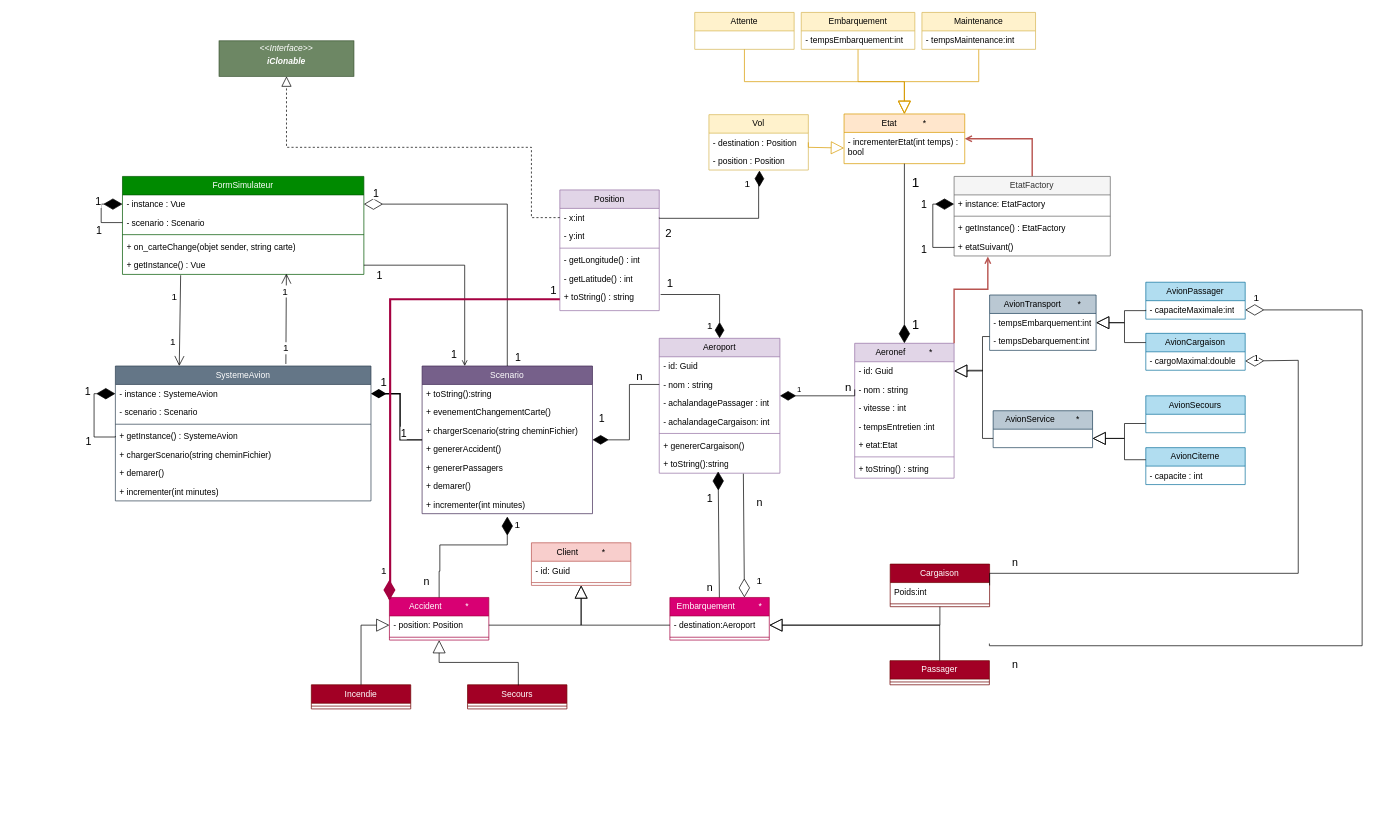
felixcharbonneau/Echec keeps this draw.io diagram as AviyonsSimulateur.drawio. Above is the earlier version. Source tidied: cells renumbered, new cells numbered last; positions are measured from the earlier drawing's top-left corner, leaving out a move shared by most shapes. Both pictures are drawn from the tidied source at 71%, with x=0, y=0 at pixel (94, 12).
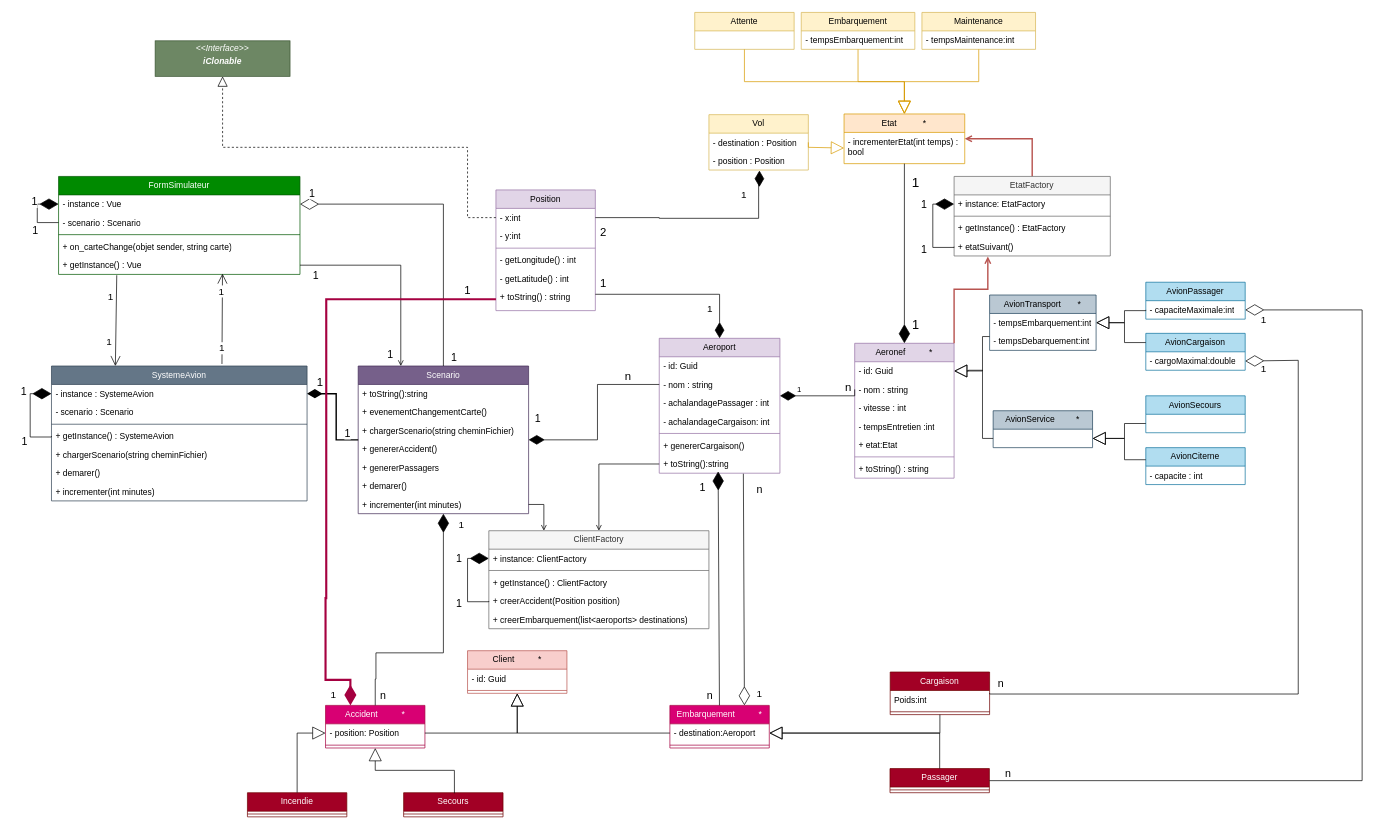
The same page after the edit.

The change refers to these unchanged cells:
```xml
<mxCell id="20" value="+ incrementer(int minutes)" style="text;strokeColor=none;fillColor=none;align=left;verticalAlign=top;spacingLeft=4;spacingRight=4;overflow=hidden;points=[[0,0.5],[1,0.5]];portConstraint=eastwest;whiteSpace=wrap;html=1;" parent="13" vertex="1">
  <mxGeometry y="182" width="240" height="26" as="geometry" />
</mxCell>
<mxCell id="21" style="edgeStyle=orthogonalEdgeStyle;rounded=0;jettySize=auto;html=1;exitX=0;exitY=0.5;exitDx=0;exitDy=0;endArrow=diamondThin;endFill=1;strokeWidth=2;endSize=16;" parent="1" edge="1" source="13" target="3">
  <mxGeometry relative="1" as="geometry" />
</mxCell>
<mxCell id="25" value="- instance : Vue" style="text;strokeColor=none;fillColor=none;align=left;verticalAlign=top;spacingLeft=4;spacingRight=4;overflow=hidden;points=[[0,0.5],[1,0.5]];portConstraint=eastwest;whiteSpace=wrap;html=1;" parent="24" vertex="1">
  <mxGeometry y="26" width="340" height="26" as="geometry" />
</mxCell>
<mxCell id="29" value="+ getInstance() : Vue" style="text;strokeColor=none;fillColor=none;align=left;verticalAlign=top;spacingLeft=4;spacingRight=4;overflow=hidden;points=[[0,0.5],[1,0.5]];portConstraint=eastwest;whiteSpace=wrap;html=1;" parent="24" vertex="1">
  <mxGeometry y="112" width="340" height="26" as="geometry" />
</mxCell>
<mxCell id="45" value="Aeroport" style="swimlane;fontStyle=0;horizontal=1;startSize=26;fillColor=#e1d5e7;whiteSpace=wrap;html=1;strokeColor=#9673a6;" parent="1" vertex="1">
  <mxGeometry x="796" y="459" width="170" height="190" as="geometry" />
</mxCell>
<mxCell id="52" value="+ toString():string" style="text;strokeColor=none;fillColor=none;align=left;verticalAlign=top;spacingLeft=4;spacingRight=4;overflow=hidden;points=[[0,0.5],[1,0.5]];portConstraint=eastwest;whiteSpace=wrap;html=1;" parent="45" vertex="1">
  <mxGeometry y="164" width="170" height="26" as="geometry" />
</mxCell>
<mxCell id="65" value="- capaciteMaximale:int" style="text;strokeColor=none;fillColor=none;align=left;verticalAlign=top;spacingLeft=4;spacingRight=4;overflow=hidden;points=[[0,0.5],[1,0.5]];portConstraint=eastwest;whiteSpace=wrap;html=1;" parent="64" vertex="1">
  <mxGeometry y="26" width="140" height="26" as="geometry" />
</mxCell>
<mxCell id="67" value="- cargoMaximal:double" style="text;strokeColor=none;fillColor=none;align=left;verticalAlign=top;spacingLeft=4;spacingRight=4;overflow=hidden;points=[[0,0.5],[1,0.5]];portConstraint=eastwest;whiteSpace=wrap;html=1;" parent="66" vertex="1">
  <mxGeometry y="26" width="140" height="26" as="geometry" />
</mxCell>
<mxCell id="96" value="- position : Position" style="text;strokeColor=none;fillColor=none;align=left;verticalAlign=top;spacingLeft=4;spacingRight=4;overflow=hidden;points=[[0,0.5],[1,0.5]];portConstraint=eastwest;whiteSpace=wrap;html=1;" parent="94" vertex="1">
  <mxGeometry y="52" width="140" height="26" as="geometry" />
</mxCell>
<mxCell id="98" value="- x:int" style="text;strokeColor=none;fillColor=none;align=left;verticalAlign=top;spacingLeft=4;spacingRight=4;overflow=hidden;points=[[0,0.5],[1,0.5]];portConstraint=eastwest;whiteSpace=wrap;html=1;" parent="97" vertex="1">
  <mxGeometry y="26" width="140" height="26" as="geometry" />
</mxCell>
<mxCell id="103" value="+ toString() : string" style="text;strokeColor=none;fillColor=none;align=left;verticalAlign=top;spacingLeft=4;spacingRight=4;overflow=hidden;points=[[0,0.5],[1,0.5]];portConstraint=eastwest;whiteSpace=wrap;html=1;" parent="97" vertex="1">
  <mxGeometry y="138" width="140" height="32" as="geometry" />
</mxCell>
<mxCell id="147" style="endArrow=diamondThin;endFill=1;endSize=24;html=1;rounded=0;entryX=0.488;entryY=0.904;entryDx=0;entryDy=0;entryPerimeter=0;" parent="1" edge="1" source="133" target="52">
  <mxGeometry relative="1" as="geometry" />
</mxCell>
<mxCell id="150" style="endArrow=diamondThin;endFill=0;endSize=24;html=1;rounded=0;entryX=0.75;entryY=0;entryDx=0;entryDy=0;exitX=0.697;exitY=1.029;exitDx=0;exitDy=0;exitPerimeter=0;" parent="1" edge="1" source="52" target="133">
  <mxGeometry relative="1" as="geometry" />
</mxCell>
```

Diff of the diagram source:
```diff
@@
     <mxCell id="2" value="SystemeAvion" style="swimlane;fontStyle=0;horizontal=1;startSize=26;fillColor=#647687;whiteSpace=wrap;html=1;strokeColor=#314354;fontColor=#ffffff;" parent="1" vertex="1">
-      <mxGeometry x="30" y="498" width="360" height="190" as="geometry" />
+      <mxGeometry x="-60" y="498" width="360" height="190" as="geometry" />
     </mxCell>
@@
     <mxCell id="13" value="Scenario" style="swimlane;fontStyle=0;horizontal=1;startSize=26;fillColor=#76608a;whiteSpace=wrap;html=1;strokeColor=#432D57;fontColor=#ffffff;" parent="1" vertex="1">
-      <mxGeometry x="462" y="498" width="240" height="208" as="geometry" />
+      <mxGeometry x="372" y="498" width="240" height="208" as="geometry" />
     </mxCell>
@@
     <mxCell id="23" value="1" style="edgeLabel;html=1;align=center;verticalAlign=middle;fontSize=15;" parent="21" vertex="1">
       <mxGeometry x="-0.67" y="-1" relative="1" as="geometry">
-        <mxPoint x="-4" y="-10" as="offset" />
+        <mxPoint x="7" y="-10" as="offset" />
       </mxGeometry>
     </mxCell>
     <mxCell id="24" value="FormSimulateur" style="swimlane;fontStyle=0;horizontal=1;startSize=26;fillColor=#008a00;whiteSpace=wrap;html=1;strokeColor=#005700;fontColor=#ffffff;" parent="1" vertex="1">
-      <mxGeometry x="40" y="231" width="340" height="138" as="geometry" />
+      <mxGeometry x="-50" y="231" width="340" height="138" as="geometry" />
     </mxCell>
@@
     <mxCell id="33" style="endArrow=open;endFill=1;endSize=12;html=1;rounded=0;entryX=0.25;entryY=0;entryDx=0;entryDy=0;exitX=0.241;exitY=1.045;exitDx=0;exitDy=0;exitPerimeter=0;" parent="1" edge="1" source="29">
       <mxGeometry relative="1" as="geometry">
-        <mxPoint x="120" y="498" as="targetPoint" />
+        <mxPoint x="30" y="498" as="targetPoint" />
       </mxGeometry>
     </mxCell>
@@
     <mxCell id="39" style="endArrow=diamondThin;endFill=0;endSize=24;html=1;rounded=0;exitX=0.5;exitY=0;exitDx=0;exitDy=0;edgeStyle=orthogonalEdgeStyle;entryX=1;entryY=0.5;entryDx=0;entryDy=0;" parent="1" edge="1" source="13" target="25">
       <mxGeometry relative="1" as="geometry">
         <Array as="points">
-          <mxPoint x="582" y="270" />
+          <mxPoint x="492" y="270" />
         </Array>
       </mxGeometry>
     </mxCell>
@@
     <mxCell id="55" value="1" style="edgeLabel;html=1;align=center;verticalAlign=middle;fontSize=15;" parent="1" vertex="1">
-      <mxGeometry x="606" y="550" as="geometry">
+      <mxGeometry x="516" y="550" as="geometry">
         <mxPoint x="108" y="20" as="offset" />
       </mxGeometry>
     </mxCell>
@@
     <mxCell id="97" value="Position" style="swimlane;fontStyle=0;horizontal=1;startSize=26;fillColor=#e1d5e7;whiteSpace=wrap;html=1;strokeColor=#9673a6;" parent="1" vertex="1">
-      <mxGeometry x="656" y="250" width="140" height="170" as="geometry" />
+      <mxGeometry x="566" y="250" width="140" height="170" as="geometry" />
     </mxCell>
@@
     <mxCell id="104" value="&lt;p style=&quot;margin:0px;margin-top:4px;text-align:center;&quot;&gt;&lt;i&gt;&amp;lt;&amp;lt;Interface&amp;gt;&amp;gt;&lt;/i&gt;&lt;br&gt;&lt;/p&gt;&lt;p style=&quot;margin:0px;margin-top:4px;text-align:center;&quot;&gt;&lt;i&gt;&lt;b&gt;iClonable&lt;/b&gt;&lt;/i&gt;&lt;/p&gt;&lt;p style=&quot;margin:0px;margin-left:4px;&quot;&gt;&lt;br&gt;&lt;/p&gt;" style="verticalAlign=top;align=left;overflow=fill;html=1;whiteSpace=wrap;fillColor=#6d8764;fontColor=#ffffff;strokeColor=#3A5431;" parent="1" vertex="1">
-      <mxGeometry x="176" y="40" width="190" height="50" as="geometry" />
+      <mxGeometry x="86" y="40" width="190" height="50" as="geometry" />
     </mxCell>
     <mxCell id="105" style="endArrow=block;dashed=1;endFill=0;endSize=12;html=1;rounded=0;entryX=0.5;entryY=1;entryDx=0;entryDy=0;exitX=0;exitY=0.5;exitDx=0;exitDy=0;edgeStyle=orthogonalEdgeStyle;" parent="1" edge="1" source="98" target="104">
       <mxGeometry relative="1" as="geometry">
         <Array as="points">
-          <mxPoint x="616" y="289" />
-          <mxPoint x="616" y="190" />
-          <mxPoint x="271" y="190" />
+          <mxPoint x="526" y="289" />
+          <mxPoint x="526" y="190" />
+          <mxPoint x="181" y="190" />
         </Array>
       </mxGeometry>
     </mxCell>
-    <mxCell id="106" style="edgeStyle=orthogonalEdgeStyle;rounded=0;jettySize=auto;html=1;endArrow=diamondThin;endFill=1;endSize=20;exitX=1.014;exitY=0.291;exitDx=0;exitDy=0;exitPerimeter=0;" parent="1" edge="1" source="103" target="45">
+    <mxCell id="106" style="edgeStyle=orthogonalEdgeStyle;rounded=0;jettySize=auto;html=1;endArrow=diamondThin;endFill=1;endSize=20;" parent="1" edge="1" source="103" target="45">
       <mxGeometry relative="1" as="geometry">
         <Array as="points">
           <mxPoint x="881" y="397" />
         </Array>
       </mxGeometry>
     </mxCell>
     <mxCell id="107" value="1" style="edgeLabel;html=1;align=center;verticalAlign=middle;fontSize=16;" parent="106" vertex="1">
       <mxGeometry x="-0.66" y="-3" relative="1" as="geometry">
-        <mxPoint x="-12" y="-20" as="offset" />
+        <mxPoint x="-30" y="-20" as="offset" />
       </mxGeometry>
     </mxCell>
@@
     <mxCell id="109" style="edgeStyle=orthogonalEdgeStyle;rounded=0;jettySize=auto;html=1;endArrow=diamondThin;endFill=1;endSize=20;exitX=1;exitY=0.5;exitDx=0;exitDy=0;entryX=0.508;entryY=1.028;entryDx=0;entryDy=0;entryPerimeter=0;" parent="1" edge="1" source="98" target="96">
       <mxGeometry relative="1" as="geometry">
         <Array as="points">
+          <mxPoint x="796" y="289" />
           <mxPoint x="796" y="290" />
           <mxPoint x="936" y="290" />
           <mxPoint x="936" y="230" />
           <mxPoint x="937" y="230" />
         </Array>
       </mxGeometry>
     </mxCell>
     <mxCell id="110" value="2" style="edgeLabel;html=1;align=center;verticalAlign=middle;fontSize=16;" parent="109" vertex="1">
       <mxGeometry x="-0.66" y="-3" relative="1" as="geometry">
-        <mxPoint x="-23" y="17" as="offset" />
+        <mxPoint x="-41" y="17" as="offset" />
       </mxGeometry>
     </mxCell>
@@
     <mxCell id="123" value="Client&amp;nbsp; &amp;nbsp; &amp;nbsp; &amp;nbsp; &amp;nbsp; *" style="swimlane;fontStyle=0;horizontal=1;startSize=26;fillColor=#f8cecc;whiteSpace=wrap;html=1;strokeColor=#b85450;" parent="1" vertex="1">
-      <mxGeometry x="616" y="747" width="140" height="60" as="geometry" />
+      <mxGeometry x="526" y="899" width="140" height="60" as="geometry" />
     </mxCell>
@@
     <mxCell id="126" value="Incendie" style="swimlane;fontStyle=0;horizontal=1;startSize=26;fillColor=#a20025;whiteSpace=wrap;html=1;strokeColor=#6F0000;fontColor=#ffffff;" parent="1" vertex="1">
-      <mxGeometry x="306" y="947" width="140" height="34" as="geometry" />
+      <mxGeometry x="216" y="1099" width="140" height="34" as="geometry" />
     </mxCell>
@@
     <mxCell id="128" value="Secours" style="swimlane;fontStyle=0;horizontal=1;startSize=26;fillColor=#a20025;whiteSpace=wrap;html=1;strokeColor=#6F0000;fontColor=#ffffff;" parent="1" vertex="1">
-      <mxGeometry x="526" y="947" width="140" height="34" as="geometry" />
+      <mxGeometry x="436" y="1099" width="140" height="34" as="geometry" />
     </mxCell>
@@
     <mxCell id="130" value="Accident&amp;nbsp; &amp;nbsp; &amp;nbsp; &amp;nbsp; &amp;nbsp; *" style="swimlane;fontStyle=0;horizontal=1;startSize=26;fillColor=#d80073;whiteSpace=wrap;html=1;strokeColor=#A50040;fontColor=#ffffff;" parent="1" vertex="1">
-      <mxGeometry x="416" y="824" width="140" height="60" as="geometry" />
+      <mxGeometry x="326" y="976" width="140" height="60" as="geometry" />
     </mxCell>
@@
     <mxCell id="133" value="Embarquement&amp;nbsp; &amp;nbsp; &amp;nbsp; &amp;nbsp; &amp;nbsp; *" style="swimlane;fontStyle=0;horizontal=1;startSize=26;fillColor=#d80073;whiteSpace=wrap;html=1;strokeColor=#A50040;fontColor=#ffffff;" parent="1" vertex="1">
-      <mxGeometry x="811" y="824" width="140" height="60" as="geometry" />
+      <mxGeometry x="811" y="976" width="140" height="60" as="geometry" />
     </mxCell>
@@
     <mxCell id="136" value="Cargaison" style="swimlane;fontStyle=0;horizontal=1;startSize=26;fillColor=#a20025;whiteSpace=wrap;html=1;strokeColor=#6F0000;fontColor=#ffffff;" parent="1" vertex="1">
-      <mxGeometry x="1121.3" y="777" width="140" height="60" as="geometry" />
+      <mxGeometry x="1121.3" y="929" width="140" height="60" as="geometry" />
     </mxCell>
@@
     <mxCell id="139" value="Passager" style="swimlane;fontStyle=0;horizontal=1;startSize=26;fillColor=#a20025;whiteSpace=wrap;html=1;strokeColor=#6F0000;fontColor=#ffffff;" parent="1" vertex="1">
-      <mxGeometry x="1121" y="913" width="140" height="34" as="geometry" />
+      <mxGeometry x="1121" y="1065" width="140" height="34" as="geometry" />
     </mxCell>
@@
-    <mxCell id="144" style="endArrow=diamondThin;endFill=1;endSize=24;html=1;rounded=0;exitX=0.5;exitY=0;exitDx=0;exitDy=0;edgeStyle=orthogonalEdgeStyle;" parent="1" edge="1" source="130">
+    <mxCell id="144" style="endArrow=diamondThin;endFill=1;endSize=24;html=1;rounded=0;exitX=0.5;exitY=0;exitDx=0;exitDy=0;edgeStyle=orthogonalEdgeStyle;" parent="1" edge="1" source="130" target="20">
       <mxGeometry relative="1" as="geometry">
-        <mxPoint x="582" y="710" as="targetPoint" />
         <Array as="points">
-          <mxPoint x="486" y="787" />
-          <mxPoint x="487" y="787" />
-          <mxPoint x="487" y="750" />
-          <mxPoint x="582" y="750" />
+          <mxPoint x="396" y="939" />
+          <mxPoint x="397" y="902" />
+          <mxPoint x="492" y="902" />
         </Array>
       </mxGeometry>
     </mxCell>
     <mxCell id="145" value="1" style="edgeLabel;html=1;align=center;verticalAlign=middle;fontSize=14;" parent="144" vertex="1">
       <mxGeometry x="0.38" relative="1" as="geometry">
-        <mxPoint x="38" y="-30" as="offset" />
+        <mxPoint x="24" y="-99" as="offset" />
       </mxGeometry>
     </mxCell>
     <mxCell id="146" value="n" style="edgeLabel;html=1;align=center;verticalAlign=middle;fontSize=15;" parent="144" vertex="1">
       <mxGeometry x="-0.5" y="-1" relative="1" as="geometry">
-        <mxPoint x="-21" y="28" as="offset" />
+        <mxPoint x="-8" y="57" as="offset" />
       </mxGeometry>
     </mxCell>
@@
     <mxCell id="148" value="1" style="edgeLabel;html=1;align=center;verticalAlign=middle;fontSize=15;" parent="147" vertex="1">
       <mxGeometry x="0.54" y="-1" relative="1" as="geometry">
-        <mxPoint x="-14" y="-3" as="offset" />
+        <mxPoint x="-24" y="-53" as="offset" />
       </mxGeometry>
     </mxCell>
     <mxCell id="149" value="n" style="edgeLabel;html=1;align=center;verticalAlign=middle;fontSize=15;" parent="147" vertex="1">
       <mxGeometry x="-0.51" y="2" relative="1" as="geometry">
-        <mxPoint x="-12" y="27" as="offset" />
+        <mxPoint x="-12" y="65" as="offset" />
       </mxGeometry>
     </mxCell>
@@
     <mxCell id="151" value="1" style="edgeLabel;html=1;align=center;verticalAlign=middle;fontSize=14;" parent="150" vertex="1">
       <mxGeometry x="0.31" y="-1" relative="1" as="geometry">
-        <mxPoint x="22" y="37" as="offset" />
+        <mxPoint x="22" y="96" as="offset" />
       </mxGeometry>
     </mxCell>
     <mxCell id="152" value="n" style="edgeLabel;html=1;align=center;verticalAlign=middle;fontSize=15;" parent="150" vertex="1">
       <mxGeometry x="-0.04" y="-1" relative="1" as="geometry">
-        <mxPoint x="22" y="-44" as="offset" />
+        <mxPoint x="22" y="-136" as="offset" />
       </mxGeometry>
     </mxCell>
@@
     <mxCell id="159" style="endArrow=diamondThin;endFill=0;endSize=24;html=1;rounded=0;entryX=1;entryY=0.5;entryDx=0;entryDy=0;exitX=1;exitY=0.5;exitDx=0;exitDy=0;edgeStyle=orthogonalEdgeStyle;" parent="1" edge="1" source="136" target="67">
       <mxGeometry relative="1" as="geometry">
         <Array as="points">
-          <mxPoint x="1261" y="790" />
-          <mxPoint x="1696" y="790" />
+          <mxPoint x="1696" y="960" />
           <mxPoint x="1696" y="490" />
           <mxPoint x="1621" y="490" />
         </Array>
       </mxGeometry>
     </mxCell>
     <mxCell id="160" value="1" style="edgeLabel;html=1;align=center;verticalAlign=middle;fontSize=14;" parent="159" vertex="1">
       <mxGeometry x="0.31" y="-1" relative="1" as="geometry">
-        <mxPoint x="-61" y="-215" as="offset" />
+        <mxPoint x="-51" y="-252" as="offset" />
       </mxGeometry>
     </mxCell>
     <mxCell id="161" value="n" style="edgeLabel;html=1;align=center;verticalAlign=middle;fontSize=15;" parent="159" vertex="1">
       <mxGeometry x="-0.04" y="-1" relative="1" as="geometry">
-        <mxPoint x="-345" y="-18" as="offset" />
+        <mxPoint x="-421" y="19" as="offset" />
       </mxGeometry>
     </mxCell>
-    <mxCell id="162" style="endArrow=diamondThin;endFill=0;endSize=24;html=1;rounded=0;entryX=1;entryY=0.5;entryDx=0;entryDy=0;exitX=1;exitY=0.5;exitDx=0;exitDy=0;edgeStyle=orthogonalEdgeStyle;" parent="1" edge="1" target="65">
+    <mxCell id="162" style="endArrow=diamondThin;endFill=0;endSize=24;html=1;rounded=0;entryX=1;entryY=0.5;entryDx=0;entryDy=0;exitX=1;exitY=0.5;exitDx=0;exitDy=0;edgeStyle=orthogonalEdgeStyle;" parent="1" edge="1" source="139" target="65">
       <mxGeometry relative="1" as="geometry">
-        <mxPoint x="1261" y="888.9" as="sourcePoint" />
         <Array as="points">
-          <mxPoint x="1261" y="892" />
-          <mxPoint x="1786" y="892" />
+          <mxPoint x="1786" y="1082" />
           <mxPoint x="1786" y="419" />
         </Array>
       </mxGeometry>
     </mxCell>
     <mxCell id="163" value="1" style="edgeLabel;html=1;align=center;verticalAlign=middle;fontSize=14;" parent="162" vertex="1">
       <mxGeometry x="0.31" y="-1" relative="1" as="geometry">
-        <mxPoint x="-151" y="-255" as="offset" />
+        <mxPoint x="-141" y="-289" as="offset" />
       </mxGeometry>
     </mxCell>
     <mxCell id="164" value="n" style="edgeLabel;html=1;align=center;verticalAlign=middle;fontSize=15;" parent="162" vertex="1">
       <mxGeometry x="-0.04" y="-1" relative="1" as="geometry">
-        <mxPoint x="-491" y="57" as="offset" />
+        <mxPoint x="-501" y="112" as="offset" />
       </mxGeometry>
     </mxCell>
-    <mxCell id="165" style="edgeStyle=orthogonalEdgeStyle;rounded=0;jettySize=auto;html=1;endArrow=diamondThin;endFill=1;endSize=20;exitX=0;exitY=0.5;exitDx=0;exitDy=0;entryX=0.063;entryY=0.046;entryDx=0;entryDy=0;fillColor=#d80073;strokeColor=#A50040;strokeWidth=3;entryPerimeter=0;" parent="1" edge="1" source="103">
+    <mxCell id="165" style="edgeStyle=orthogonalEdgeStyle;rounded=0;jettySize=auto;html=1;endArrow=diamondThin;endFill=1;endSize=20;exitX=0;exitY=0.5;exitDx=0;exitDy=0;fillColor=#d80073;strokeColor=#A50040;strokeWidth=3;entryX=0.25;entryY=0;entryDx=0;entryDy=0;" parent="1" edge="1" source="103" target="130">
       <mxGeometry relative="1" as="geometry">
-        <mxPoint x="416" y="827.9" as="targetPoint" />
         <Array as="points">
-          <mxPoint x="417" y="404" />
-          <mxPoint x="417" y="825" />
-          <mxPoint x="416" y="825" />
+          <mxPoint x="327" y="404" />
+          <mxPoint x="327" y="825" />
+          <mxPoint x="326" y="825" />
+          <mxPoint x="326" y="940" />
+          <mxPoint x="361" y="940" />
         </Array>
       </mxGeometry>
     </mxCell>
@@
     <mxCell id="167" value="&lt;font style=&quot;font-size: 14px;&quot;&gt;1&lt;/font&gt;" style="edgeLabel;html=1;align=center;verticalAlign=middle;" parent="165" vertex="1">
       <mxGeometry x="0.5" y="1" relative="1" as="geometry">
-        <mxPoint x="-11" y="122" as="offset" />
+        <mxPoint x="8" y="160" as="offset" />
       </mxGeometry>
     </mxCell>
+    <mxCell id="168" value="ClientFactory" style="swimlane;fontStyle=0;horizontal=1;startSize=26;fillColor=#f5f5f5;whiteSpace=wrap;html=1;fontColor=#333333;strokeColor=#666666;" parent="1" vertex="1">
+      <mxGeometry x="556" y="730" width="310" height="138" as="geometry" />
+    </mxCell>
+    <mxCell id="169" value="+ instance: ClientFactory" style="text;strokeColor=none;fillColor=none;align=left;verticalAlign=top;spacingLeft=4;spacingRight=4;overflow=hidden;points=[[0,0.5],[1,0.5]];portConstraint=eastwest;whiteSpace=wrap;html=1;" parent="168" vertex="1">
+      <mxGeometry y="26" width="310" height="26" as="geometry" />
+    </mxCell>
+    <mxCell id="170" style="line;strokeWidth=1;fillColor=none;align=left;verticalAlign=middle;spacingTop=-1;spacingLeft=3;spacingRight=3;labelPosition=right;strokeColor=inherit;" parent="168" vertex="1">
+      <mxGeometry y="52" width="310" height="8" as="geometry" />
+    </mxCell>
+    <mxCell id="171" value="+ getInstance() : ClientFactory" style="text;strokeColor=none;fillColor=none;align=left;verticalAlign=top;spacingLeft=4;spacingRight=4;overflow=hidden;whiteSpace=wrap;html=1;" parent="168" vertex="1">
+      <mxGeometry y="60" width="310" height="26" as="geometry" />
+    </mxCell>
+    <mxCell id="172" style="endArrow=diamondThin;endFill=1;endSize=24;html=1;rounded=0;exitX=0;exitY=0.5;exitDx=0;exitDy=0;edgeStyle=orthogonalEdgeStyle;entryX=0;entryY=0.5;entryDx=0;entryDy=0;" parent="168" edge="1" source="175" target="169">
+      <mxGeometry relative="1" as="geometry">
+        <Array as="points">
+          <mxPoint y="100" />
+          <mxPoint x="-30" y="100" />
+          <mxPoint x="-30" y="39" />
+        </Array>
+      </mxGeometry>
+    </mxCell>
+    <mxCell id="173" value="1" style="edgeLabel;html=1;align=center;verticalAlign=middle;fontSize=15;" parent="172" vertex="1">
+      <mxGeometry x="-0.62" y="-3" relative="1" as="geometry">
+        <mxPoint x="-21" y="4" as="offset" />
+      </mxGeometry>
+    </mxCell>
+    <mxCell id="174" value="1" style="edgeLabel;html=1;align=center;verticalAlign=middle;fontSize=15;" parent="172" vertex="1">
+      <mxGeometry x="0.56" y="2" relative="1" as="geometry">
+        <mxPoint x="-16" y="1" as="offset" />
+      </mxGeometry>
+    </mxCell>
+    <mxCell id="175" value="+ creerAccident(Position position)" style="text;strokeColor=none;fillColor=none;align=left;verticalAlign=top;spacingLeft=4;spacingRight=4;overflow=hidden;points=[[0,0.5],[1,0.5]];portConstraint=eastwest;whiteSpace=wrap;html=1;" parent="168" vertex="1">
+      <mxGeometry y="86" width="310" height="26" as="geometry" />
+    </mxCell>
+    <mxCell id="176" value="+ creerEmbarquement(list&amp;lt;aeroports&amp;gt; destinations)" style="text;strokeColor=none;fillColor=none;align=left;verticalAlign=top;spacingLeft=4;spacingRight=4;overflow=hidden;whiteSpace=wrap;html=1;" parent="168" vertex="1">
+      <mxGeometry y="112" width="310" height="26" as="geometry" />
+    </mxCell>
+    <mxCell id="177" style="edgeStyle=orthogonalEdgeStyle;rounded=0;jettySize=auto;html=1;exitX=1;exitY=0.5;exitDx=0;exitDy=0;entryX=0.25;entryY=0;entryDx=0;entryDy=0;endArrow=open;endFill=0;" parent="1" edge="1" source="20" target="168">
+      <mxGeometry relative="1" as="geometry" />
+    </mxCell>
+    <mxCell id="178" style="edgeStyle=orthogonalEdgeStyle;rounded=0;jettySize=auto;html=1;exitX=0;exitY=0.5;exitDx=0;exitDy=0;entryX=0.5;entryY=0;entryDx=0;entryDy=0;endArrow=open;endFill=0;" parent="1" edge="1" source="52" target="168">
+      <mxGeometry relative="1" as="geometry" />
+    </mxCell>
```
